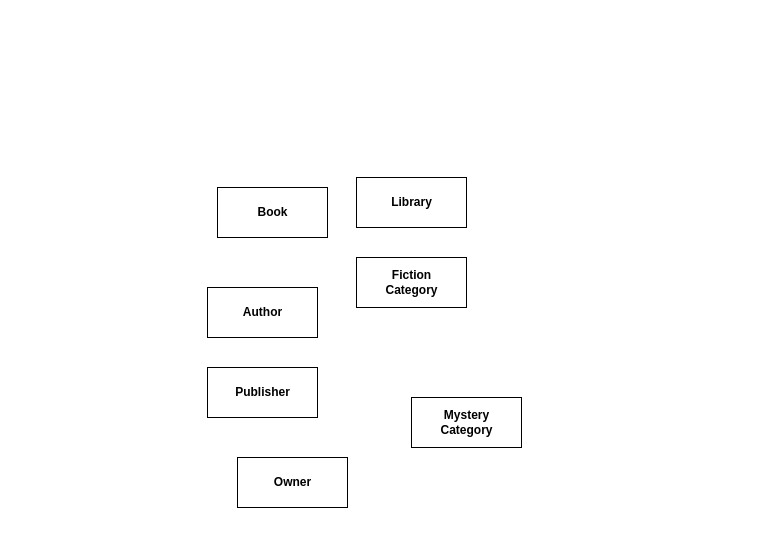
The draw.io diagram E3ClassDiagram.drawio in yunee01/W2, before the edit. Source tidied: cells renumbered, new cells numbered last; positions are measured from the earlier drawing's top-left corner, leaving out a move shared by most shapes. Both pictures are drawn from the tidied source at 100%, with x=0, y=0 at pixel (207, 177).
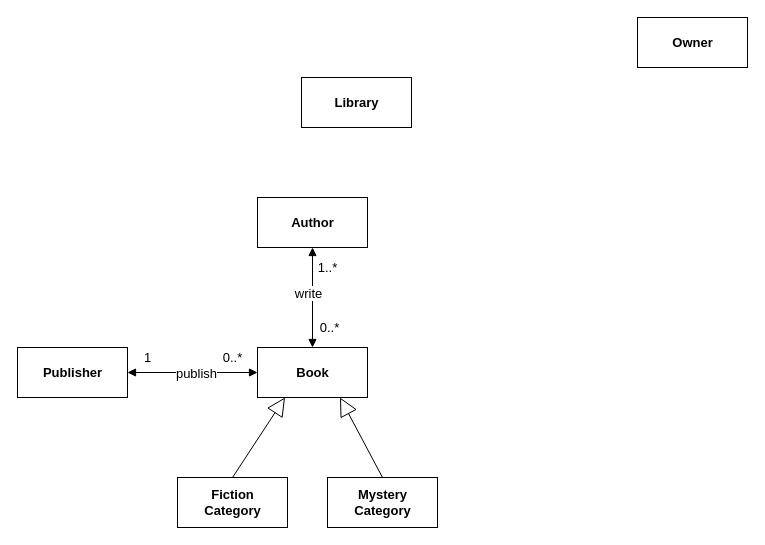
The same page after the edit.

Change to the diagram source:
```diff
@@
-    <mxCell id="2" value="Book" style="html=1;fontStyle=1;" parent="1" vertex="1">
-      <mxGeometry x="10" y="10" width="110" height="50" as="geometry" />
+    <mxCell id="2" value="Book" style="html=1;fontStyle=1;fontSize=13;" parent="1" vertex="1">
+      <mxGeometry x="50" y="170" width="110" height="50" as="geometry" />
     </mxCell>
-    <mxCell id="3" value="Author" style="html=1;fontStyle=1;" parent="1" vertex="1">
-      <mxGeometry y="110" width="110" height="50" as="geometry" />
+    <mxCell id="3" value="Author" style="html=1;fontStyle=1;fontSize=13;" parent="1" vertex="1">
+      <mxGeometry x="50" y="20" width="110" height="50" as="geometry" />
     </mxCell>
-    <mxCell id="4" value="Publisher" style="html=1;fontStyle=1;" parent="1" vertex="1">
-      <mxGeometry y="190" width="110" height="50" as="geometry" />
+    <mxCell id="4" value="Publisher" style="html=1;fontStyle=1;fontSize=13;" parent="1" vertex="1">
+      <mxGeometry x="-190" y="170" width="110" height="50" as="geometry" />
     </mxCell>
-    <mxCell id="5" value="Library" style="html=1;fontStyle=1;" parent="1" vertex="1">
-      <mxGeometry x="149" width="110" height="50" as="geometry" />
+    <mxCell id="5" value="Library" style="html=1;fontStyle=1;fontSize=13;" parent="1" vertex="1">
+      <mxGeometry x="94" y="-100" width="110" height="50" as="geometry" />
     </mxCell>
-    <mxCell id="6" value="Fiction&lt;br&gt;Category" style="html=1;fontStyle=1;" parent="1" vertex="1">
-      <mxGeometry x="149" y="80" width="110" height="50" as="geometry" />
+    <mxCell id="6" value="Fiction&lt;br style=&quot;font-size: 13px;&quot;&gt;Category" style="html=1;fontStyle=1;fontSize=13;" parent="1" vertex="1">
+      <mxGeometry x="-30" y="300" width="110" height="50" as="geometry" />
     </mxCell>
-    <mxCell id="7" value="Mystery&lt;br&gt;Category" style="html=1;fontStyle=1;" parent="1" vertex="1">
-      <mxGeometry x="204" y="220" width="110" height="50" as="geometry" />
+    <mxCell id="7" value="Mystery&lt;br style=&quot;font-size: 13px;&quot;&gt;Category" style="html=1;fontStyle=1;fontSize=13;" parent="1" vertex="1">
+      <mxGeometry x="120" y="300" width="110" height="50" as="geometry" />
     </mxCell>
-    <mxCell id="8" value="Owner" style="html=1;fontStyle=1;" parent="1" vertex="1">
-      <mxGeometry x="30" y="280" width="110" height="50" as="geometry" />
+    <mxCell id="8" value="Owner" style="html=1;fontStyle=1;fontSize=13;" parent="1" vertex="1">
+      <mxGeometry x="430" y="-160" width="110" height="50" as="geometry" />
     </mxCell>
+    <mxCell id="9" style="endArrow=block;endSize=16;endFill=0;html=1;fontSize=13;entryX=0.25;entryY=1;entryDx=0;entryDy=0;exitX=0.5;exitY=0;exitDx=0;exitDy=0;" parent="1" edge="1" source="6" target="2">
+      <mxGeometry x="1" y="-187" relative="1" as="geometry">
+        <mxPoint x="73" y="-180" as="offset" />
+      </mxGeometry>
+    </mxCell>
+    <mxCell id="10" style="endArrow=block;endSize=16;endFill=0;html=1;fontSize=13;entryX=0.75;entryY=1;entryDx=0;entryDy=0;exitX=0.5;exitY=0;exitDx=0;exitDy=0;" parent="1" edge="1" source="7" target="2">
+      <mxGeometry relative="1" as="geometry" />
+    </mxCell>
+    <mxCell id="11" style="endArrow=block;startArrow=block;endFill=1;startFill=1;html=1;fontSize=13;entryX=0.5;entryY=1;entryDx=0;entryDy=0;exitX=0.5;exitY=0;exitDx=0;exitDy=0;" parent="1" edge="1" source="2" target="3">
+      <mxGeometry relative="1" as="geometry" />
+    </mxCell>
+    <mxCell id="12" style="endArrow=block;startArrow=block;endFill=1;startFill=1;html=1;fontSize=13;exitX=1;exitY=0.5;exitDx=0;exitDy=0;entryX=0;entryY=0.5;entryDx=0;entryDy=0;" parent="1" edge="1" source="4" target="2">
+      <mxGeometry relative="1" as="geometry" />
+    </mxCell>
+    <mxCell id="13" value="publish" style="edgeLabel;html=1;align=center;verticalAlign=middle;fontSize=13;" parent="12" vertex="1">
+      <mxGeometry x="-0.12" y="-1" relative="1" as="geometry">
+        <mxPoint x="11" y="-1" as="offset" />
+      </mxGeometry>
+    </mxCell>
+    <mxCell id="14" value="1..*" style="text;html=1;align=center;verticalAlign=middle;fontSize=13;" parent="1" vertex="1">
+      <mxGeometry x="105" y="80" width="30" height="20" as="geometry" />
+    </mxCell>
+    <mxCell id="15" value="0..*" style="text;html=1;align=center;verticalAlign=middle;fontSize=13;" parent="1" vertex="1">
+      <mxGeometry x="107" y="140" width="30" height="20" as="geometry" />
+    </mxCell>
+    <mxCell id="16" value="0..*" style="text;html=1;align=center;verticalAlign=middle;fontSize=13;" parent="1" vertex="1">
+      <mxGeometry x="10" y="170" width="30" height="20" as="geometry" />
+    </mxCell>
+    <mxCell id="17" value="1" style="text;html=1;align=center;verticalAlign=middle;fontSize=13;" parent="1" vertex="1">
+      <mxGeometry x="-70" y="170" width="20" height="20" as="geometry" />
+    </mxCell>
+    <mxCell id="18" value="write" style="edgeLabel;html=1;align=center;verticalAlign=middle;fontSize=13;" parent="1" vertex="1">
+      <mxGeometry x="-40" y="205" as="geometry">
+        <mxPoint x="140" y="-90" as="offset" />
+      </mxGeometry>
+    </mxCell>
```
